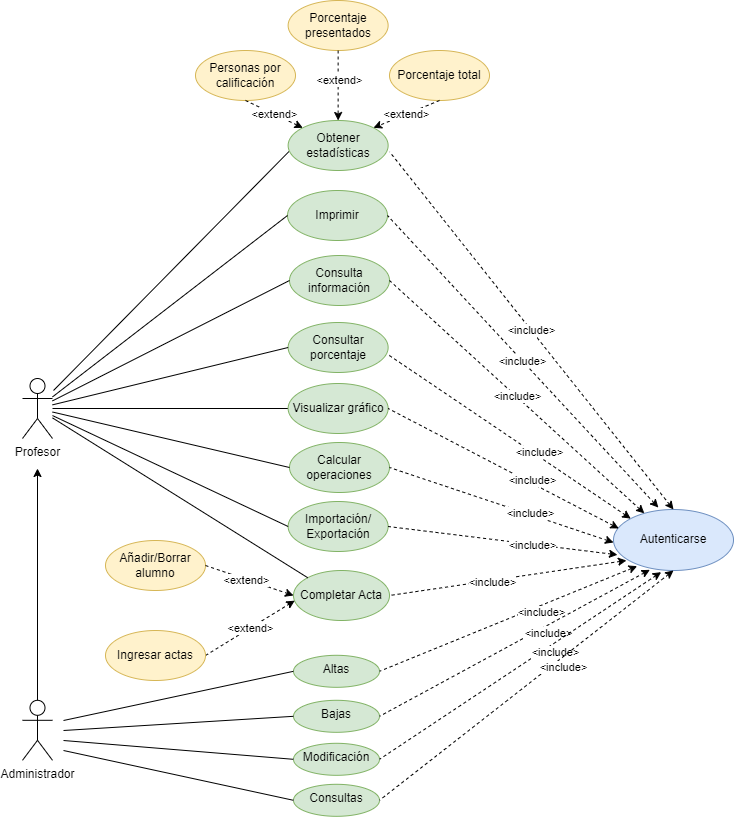
This is Tareas/casosUso/Tarea6-Gestión Profesores/img/GestionProfesores.drawio.png from colidom/ets, a draw.io export, as it was before one commit. Source tidied: cells renumbered, new cells last; positions are measured from the earlier drawing's top-left corner, leaving out a move shared by most shapes.
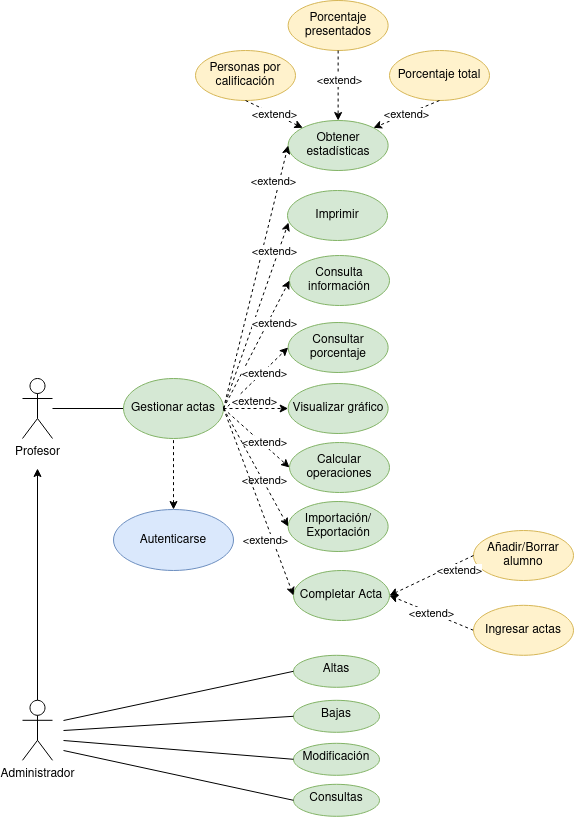
Above is the later version.

The edit, as a diff of the source:
```diff
@@ -2,9 +2,9 @@
   <root>
     <mxCell id="0" />
     <mxCell id="1" parent="0" />
-    <mxCell id="2" style="edgeStyle=none;rounded=0;jettySize=auto;html=1;startArrow=none;startFill=0;endArrow=none;endFill=0;entryX=0;entryY=0.5;entryDx=0;entryDy=0;" parent="1" edge="1" source="3" target="17">
-      <mxGeometry relative="1" as="geometry" />
-    </mxCell>
+    <mxCell id="63" style="edgeStyle=orthogonalEdgeStyle;rounded=0;jettySize=auto;html=1;endArrow=none;endFill=0;" parent="1" edge="1" source="3" target="65">
+      <mxGeometry relative="1" as="geometry" />
+    </mxCell>
     <mxCell id="3" value="Profesor" style="shape=umlActor;verticalLabelPosition=bottom;verticalAlign=top;html=1;outlineConnect=0;" parent="1" vertex="1">
       <mxGeometry y="378" width="30" height="60" as="geometry" />
     </mxCell>
@@ -20,16 +20,19 @@
       <mxGeometry x="271" y="570" width="96" height="50" as="geometry" />
     </mxCell>
     <mxCell id="7" value="Añadir/Borrar alumno" style="ellipse;whiteSpace=wrap;html=1;fillColor=#fff2cc;strokeColor=#d6b656;" parent="1" vertex="1">
-      <mxGeometry x="83" y="540" width="100" height="50" as="geometry" />
+      <mxGeometry x="451" y="530" width="100" height="50" as="geometry" />
     </mxCell>
-    <mxCell id="8" value="&amp;lt;extend&amp;gt;" style="edgeStyle=none;rounded=0;jettySize=auto;html=1;dashed=1;startArrow=none;startFill=0;endArrow=classic;endFill=1;entryX=0.013;entryY=0.603;entryDx=0;entryDy=0;exitX=1;exitY=0.5;exitDx=0;exitDy=0;entryPerimeter=0;" parent="1" edge="1" source="9" target="6">
+    <mxCell id="8" value="&amp;lt;extend&amp;gt;" style="edgeStyle=none;rounded=0;jettySize=auto;html=1;dashed=1;startArrow=none;startFill=0;endArrow=classic;endFill=1;entryX=1;entryY=0.5;entryDx=0;entryDy=0;exitX=0;exitY=0.5;exitDx=0;exitDy=0;" parent="1" edge="1" source="9" target="6">
       <mxGeometry relative="1" as="geometry" />
     </mxCell>
     <mxCell id="9" value="Ingresar actas" style="ellipse;whiteSpace=wrap;html=1;fillColor=#fff2cc;strokeColor=#d6b656;" parent="1" vertex="1">
-      <mxGeometry x="83" y="630" width="100" height="50" as="geometry" />
+      <mxGeometry x="451" y="604.8" width="100" height="50" as="geometry" />
     </mxCell>
+    <mxCell id="64" style="edgeStyle=orthogonalEdgeStyle;rounded=0;jettySize=auto;html=1;endArrow=none;endFill=0;dashed=1;startArrow=classic;startFill=1;" parent="1" edge="1" source="10" target="65">
+      <mxGeometry relative="1" as="geometry" />
+    </mxCell>
     <mxCell id="10" value="Autenticarse" style="ellipse;whiteSpace=wrap;html=1;fillColor=#dae8fc;strokeColor=#6c8ebf;" parent="1" vertex="1">
-      <mxGeometry x="591" y="509" width="120" height="61" as="geometry" />
+      <mxGeometry x="91" y="509" width="120" height="61" as="geometry" />
     </mxCell>
     <mxCell id="11" value="Consulta información" style="ellipse;whiteSpace=wrap;html=1;fillColor=#d5e8d4;strokeColor=#82b366;" parent="1" vertex="1">
       <mxGeometry x="267" y="255" width="100" height="50" as="geometry" />
@@ -58,13 +61,7 @@
     <mxCell id="19" value="&lt;div&gt;Importación/&lt;/div&gt;&lt;div&gt;Exportación&lt;/div&gt;" style="ellipse;whiteSpace=wrap;html=1;fillColor=#d5e8d4;strokeColor=#82b366;" parent="1" vertex="1">
       <mxGeometry x="265.6" y="501" width="100" height="50" as="geometry" />
     </mxCell>
-    <mxCell id="20" style="endArrow=none;html=1;rounded=0;dashed=1;endFill=0;startArrow=classic;startFill=1;entryX=1;entryY=0.5;entryDx=0;entryDy=0;exitX=0.108;exitY=0.836;exitDx=0;exitDy=0;exitPerimeter=0;" parent="1" edge="1" source="10" target="6">
-      <mxGeometry relative="1" as="geometry" />
-    </mxCell>
-    <mxCell id="21" value="&amp;lt;include&amp;gt;" style="edgeLabel;html=1;align=center;verticalAlign=middle;" parent="20" vertex="1">
-      <mxGeometry x="0.13" y="2" relative="1" as="geometry" />
-    </mxCell>
-    <mxCell id="22" style="edgeStyle=none;rounded=0;jettySize=auto;html=1;dashed=1;startArrow=none;startFill=0;endArrow=classic;endFill=1;exitX=1;exitY=0.5;exitDx=0;exitDy=0;entryX=0;entryY=0.5;entryDx=0;entryDy=0;" parent="1" edge="1" source="7" target="6">
+    <mxCell id="22" style="edgeStyle=none;rounded=0;jettySize=auto;html=1;dashed=1;startArrow=none;startFill=0;endArrow=classic;endFill=1;exitX=0;exitY=0.5;exitDx=0;exitDy=0;entryX=1;entryY=0.5;entryDx=0;entryDy=0;" parent="1" edge="1" source="7" target="6">
       <mxGeometry relative="1" as="geometry" />
     </mxCell>
     <mxCell id="23" value="&amp;lt;extend&amp;gt;" style="edgeLabel;html=1;align=center;verticalAlign=middle;" parent="22" vertex="1">
@@ -72,12 +69,6 @@
         <mxPoint x="13" y="3" as="offset" />
       </mxGeometry>
     </mxCell>
-    <mxCell id="24" value="&amp;lt;include&amp;gt;" style="edgeStyle=none;rounded=0;jettySize=auto;html=1;startArrow=classic;startFill=1;endArrow=none;endFill=0;entryX=1;entryY=0.5;entryDx=0;entryDy=0;dashed=1;" parent="1" edge="1" source="10" target="11">
-      <mxGeometry relative="1" as="geometry" />
-    </mxCell>
-    <mxCell id="25" value="&amp;lt;include&amp;gt;" style="edgeStyle=none;rounded=0;jettySize=auto;html=1;startArrow=classic;startFill=1;endArrow=none;endFill=0;entryX=1.015;entryY=0.627;entryDx=0;entryDy=0;dashed=1;exitX=0.5;exitY=0;exitDx=0;exitDy=0;entryPerimeter=0;" parent="1" edge="1" source="10" target="12">
-      <mxGeometry relative="1" as="geometry" />
-    </mxCell>
     <mxCell id="26" value="&amp;lt;extend&amp;gt;" style="endArrow=classic;html=1;rounded=0;dashed=1;entryX=1;entryY=0;entryDx=0;entryDy=0;exitX=0.5;exitY=1;exitDx=0;exitDy=0;" parent="1" edge="1" source="15" target="12">
       <mxGeometry relative="1" as="geometry" />
     </mxCell>
@@ -90,38 +81,6 @@
     <mxCell id="29" value="&amp;lt;extend&amp;gt;" style="endArrow=classic;html=1;rounded=0;dashed=1;exitX=0.5;exitY=1;exitDx=0;exitDy=0;entryX=0;entryY=0;entryDx=0;entryDy=0;" parent="1" edge="1" source="13" target="12">
       <mxGeometry relative="1" as="geometry" />
     </mxCell>
-    <mxCell id="30" style="endArrow=none;html=1;rounded=0;dashed=1;endFill=0;startArrow=classic;startFill=1;exitX=0;exitY=0;exitDx=0;exitDy=0;entryX=1.007;entryY=0.653;entryDx=0;entryDy=0;entryPerimeter=0;" parent="1" edge="1" source="10" target="16">
-      <mxGeometry relative="1" as="geometry" />
-    </mxCell>
-    <mxCell id="31" value="&amp;lt;include&amp;gt;" style="edgeLabel;html=1;align=center;verticalAlign=middle;" parent="30" vertex="1">
-      <mxGeometry x="-0.17" y="2" relative="1" as="geometry">
-        <mxPoint x="10" as="offset" />
-      </mxGeometry>
-    </mxCell>
-    <mxCell id="32" style="endArrow=none;html=1;rounded=0;dashed=1;endFill=0;startArrow=classic;startFill=1;entryX=1;entryY=0.5;entryDx=0;entryDy=0;exitX=0.044;exitY=0.311;exitDx=0;exitDy=0;exitPerimeter=0;" parent="1" edge="1" source="10" target="17">
-      <mxGeometry relative="1" as="geometry" />
-    </mxCell>
-    <mxCell id="33" value="&amp;lt;include&amp;gt;" style="edgeLabel;html=1;align=center;verticalAlign=middle;" parent="32" vertex="1">
-      <mxGeometry x="-0.17" y="2" relative="1" as="geometry">
-        <mxPoint x="10" as="offset" />
-      </mxGeometry>
-    </mxCell>
-    <mxCell id="34" style="endArrow=none;html=1;rounded=0;dashed=1;endFill=0;startArrow=classic;startFill=1;entryX=1;entryY=0.5;entryDx=0;entryDy=0;exitX=0;exitY=0.541;exitDx=0;exitDy=0;exitPerimeter=0;" parent="1" edge="1" source="10" target="18">
-      <mxGeometry relative="1" as="geometry" />
-    </mxCell>
-    <mxCell id="35" value="&amp;lt;include&amp;gt;" style="edgeLabel;html=1;align=center;verticalAlign=middle;" parent="34" vertex="1">
-      <mxGeometry x="-0.17" y="2" relative="1" as="geometry">
-        <mxPoint x="10" as="offset" />
-      </mxGeometry>
-    </mxCell>
-    <mxCell id="36" style="endArrow=none;html=1;rounded=0;dashed=1;endFill=0;startArrow=classic;startFill=1;entryX=1;entryY=0.5;entryDx=0;entryDy=0;exitX=0.033;exitY=0.743;exitDx=0;exitDy=0;exitPerimeter=0;" parent="1" edge="1" source="10" target="19">
-      <mxGeometry relative="1" as="geometry" />
-    </mxCell>
-    <mxCell id="37" value="&amp;lt;include&amp;gt;" style="edgeLabel;html=1;align=center;verticalAlign=middle;" parent="36" vertex="1">
-      <mxGeometry x="-0.17" y="2" relative="1" as="geometry">
-        <mxPoint x="10" as="offset" />
-      </mxGeometry>
-    </mxCell>
     <mxCell id="38" value="Altas" style="ellipse;whiteSpace=wrap;html=1;verticalAlign=top;fillColor=#d5e8d4;strokeColor=#82b366;" parent="1" vertex="1">
       <mxGeometry x="271" y="654.8" width="86" height="32" as="geometry" />
     </mxCell>
@@ -139,38 +98,6 @@
         <mxPoint x="41" y="750" as="sourcePoint" />
       </mxGeometry>
     </mxCell>
-    <mxCell id="43" style="endArrow=none;html=1;rounded=0;dashed=1;endFill=0;startArrow=classic;startFill=1;entryX=1;entryY=0.5;entryDx=0;entryDy=0;exitX=0.197;exitY=0.929;exitDx=0;exitDy=0;exitPerimeter=0;" parent="1" edge="1" source="10" target="38">
-      <mxGeometry relative="1" as="geometry" />
-    </mxCell>
-    <mxCell id="44" value="&amp;lt;include&amp;gt;" style="edgeLabel;html=1;align=center;verticalAlign=middle;" parent="43" vertex="1">
-      <mxGeometry x="-0.17" y="2" relative="1" as="geometry">
-        <mxPoint x="10" as="offset" />
-      </mxGeometry>
-    </mxCell>
-    <mxCell id="45" style="endArrow=none;html=1;rounded=0;dashed=1;endFill=0;startArrow=classic;startFill=1;entryX=1;entryY=0.5;entryDx=0;entryDy=0;exitX=0.303;exitY=0.989;exitDx=0;exitDy=0;exitPerimeter=0;" parent="1" edge="1" source="10" target="39">
-      <mxGeometry relative="1" as="geometry" />
-    </mxCell>
-    <mxCell id="46" value="&amp;lt;include&amp;gt;" style="edgeLabel;html=1;align=center;verticalAlign=middle;" parent="45" vertex="1">
-      <mxGeometry x="-0.17" y="2" relative="1" as="geometry">
-        <mxPoint x="10" as="offset" />
-      </mxGeometry>
-    </mxCell>
-    <mxCell id="47" style="endArrow=none;html=1;rounded=0;dashed=1;endFill=0;startArrow=classic;startFill=1;entryX=1;entryY=0.5;entryDx=0;entryDy=0;exitX=0.397;exitY=1.027;exitDx=0;exitDy=0;exitPerimeter=0;" parent="1" edge="1" source="10" target="40">
-      <mxGeometry relative="1" as="geometry" />
-    </mxCell>
-    <mxCell id="48" value="&amp;lt;include&amp;gt;" style="edgeLabel;html=1;align=center;verticalAlign=middle;" parent="47" vertex="1">
-      <mxGeometry x="-0.17" y="2" relative="1" as="geometry">
-        <mxPoint x="10" as="offset" />
-      </mxGeometry>
-    </mxCell>
-    <mxCell id="49" style="endArrow=none;html=1;rounded=0;dashed=1;endFill=0;startArrow=classic;startFill=1;entryX=1;entryY=0.5;entryDx=0;entryDy=0;exitX=0.5;exitY=1;exitDx=0;exitDy=0;" parent="1" edge="1" source="10" target="41">
-      <mxGeometry relative="1" as="geometry" />
-    </mxCell>
-    <mxCell id="50" value="&amp;lt;include&amp;gt;" style="edgeLabel;html=1;align=center;verticalAlign=middle;" parent="49" vertex="1">
-      <mxGeometry x="-0.17" y="2" relative="1" as="geometry">
-        <mxPoint x="10" as="offset" />
-      </mxGeometry>
-    </mxCell>
     <mxCell id="51" style="edgeStyle=none;rounded=0;jettySize=auto;html=1;startArrow=none;startFill=0;endArrow=none;endFill=0;entryX=0;entryY=0.5;entryDx=0;entryDy=0;" parent="1" edge="1" target="40">
       <mxGeometry relative="1" as="geometry">
         <mxPoint x="41" y="740" as="sourcePoint" />
@@ -186,34 +113,77 @@
         <mxPoint x="41" y="720" as="sourcePoint" />
       </mxGeometry>
     </mxCell>
-    <mxCell id="54" style="edgeStyle=none;rounded=0;jettySize=auto;html=1;startArrow=none;startFill=0;endArrow=none;endFill=0;entryX=0;entryY=0.5;entryDx=0;entryDy=0;" parent="1" edge="1" source="3" target="18">
-      <mxGeometry relative="1" as="geometry" />
-    </mxCell>
-    <mxCell id="55" style="edgeStyle=none;rounded=0;jettySize=auto;html=1;startArrow=none;startFill=0;endArrow=none;endFill=0;entryX=0;entryY=0.5;entryDx=0;entryDy=0;" parent="1" edge="1" source="3" target="19">
-      <mxGeometry relative="1" as="geometry" />
-    </mxCell>
-    <mxCell id="56" style="edgeStyle=none;rounded=0;jettySize=auto;html=1;startArrow=none;startFill=0;endArrow=none;endFill=0;entryX=0;entryY=0;entryDx=0;entryDy=0;" parent="1" edge="1" source="3" target="6">
-      <mxGeometry relative="1" as="geometry" />
-    </mxCell>
-    <mxCell id="57" style="edgeStyle=none;rounded=0;jettySize=auto;html=1;startArrow=none;startFill=0;endArrow=none;endFill=0;entryX=0;entryY=0.5;entryDx=0;entryDy=0;" parent="1" edge="1" source="3" target="16">
-      <mxGeometry relative="1" as="geometry" />
-    </mxCell>
     <mxCell id="58" value="Imprimir" style="ellipse;whiteSpace=wrap;html=1;fillColor=#d5e8d4;strokeColor=#82b366;" parent="1" vertex="1">
       <mxGeometry x="265" y="190" width="100" height="50" as="geometry" />
     </mxCell>
-    <mxCell id="59" value="&amp;lt;include&amp;gt;" style="edgeStyle=none;rounded=0;jettySize=auto;html=1;startArrow=classic;startFill=1;endArrow=none;endFill=0;entryX=1;entryY=0.5;entryDx=0;entryDy=0;dashed=1;exitX=0.374;exitY=-0.032;exitDx=0;exitDy=0;exitPerimeter=0;" parent="1" edge="1" source="10" target="58">
-      <mxGeometry relative="1" as="geometry" />
-    </mxCell>
-    <mxCell id="60" style="edgeStyle=none;rounded=0;jettySize=auto;html=1;startArrow=none;startFill=0;endArrow=none;endFill=0;entryX=0;entryY=0.5;entryDx=0;entryDy=0;" parent="1" edge="1" source="3" target="11">
-      <mxGeometry relative="1" as="geometry" />
-    </mxCell>
-    <mxCell id="61" style="edgeStyle=none;rounded=0;jettySize=auto;html=1;startArrow=none;startFill=0;endArrow=none;endFill=0;entryX=0;entryY=0.5;entryDx=0;entryDy=0;" parent="1" edge="1" source="3" target="58">
-      <mxGeometry relative="1" as="geometry" />
-    </mxCell>
-    <mxCell id="62" style="edgeStyle=none;rounded=0;jettySize=auto;html=1;startArrow=none;startFill=0;endArrow=none;endFill=0;entryX=0.007;entryY=0.623;entryDx=0;entryDy=0;entryPerimeter=0;" parent="1" edge="1" target="12">
-      <mxGeometry relative="1" as="geometry">
-        <mxPoint x="31" y="390" as="sourcePoint" />
-      </mxGeometry>
-    </mxCell>
+    <mxCell id="65" value="Gestionar actas" style="ellipse;whiteSpace=wrap;html=1;fillColor=#d5e8d4;strokeColor=#82b366;" parent="1" vertex="1">
+      <mxGeometry x="101" y="378" width="100" height="60" as="geometry" />
+    </mxCell>
+    <mxCell id="66" style="edgeStyle=none;rounded=0;jettySize=auto;html=1;dashed=1;startArrow=none;startFill=0;endArrow=classic;endFill=1;exitX=1;exitY=0.5;exitDx=0;exitDy=0;entryX=0;entryY=0.5;entryDx=0;entryDy=0;" parent="1" edge="1" source="65" target="12">
+      <mxGeometry relative="1" as="geometry" />
+    </mxCell>
+    <mxCell id="67" value="&amp;lt;extend&amp;gt;" style="edgeLabel;html=1;align=center;verticalAlign=middle;" parent="66" vertex="1">
+      <mxGeometry x="-0.35" y="-2" relative="1" as="geometry">
+        <mxPoint x="27" y="-143" as="offset" />
+      </mxGeometry>
+    </mxCell>
+    <mxCell id="68" style="edgeStyle=none;rounded=0;jettySize=auto;html=1;dashed=1;startArrow=none;startFill=0;endArrow=classic;endFill=1;exitX=1;exitY=0.5;exitDx=0;exitDy=0;entryX=0.01;entryY=0.64;entryDx=0;entryDy=0;entryPerimeter=0;" parent="1" edge="1" source="65" target="58">
+      <mxGeometry relative="1" as="geometry" />
+    </mxCell>
+    <mxCell id="69" value="&amp;lt;extend&amp;gt;" style="edgeLabel;html=1;align=center;verticalAlign=middle;" parent="68" vertex="1">
+      <mxGeometry x="-0.35" y="-2" relative="1" as="geometry">
+        <mxPoint x="27" y="-98" as="offset" />
+      </mxGeometry>
+    </mxCell>
+    <mxCell id="70" style="edgeStyle=none;rounded=0;jettySize=auto;html=1;dashed=1;startArrow=none;startFill=0;endArrow=classic;endFill=1;exitX=1;exitY=0.5;exitDx=0;exitDy=0;entryX=0;entryY=0.5;entryDx=0;entryDy=0;" parent="1" edge="1" source="65" target="11">
+      <mxGeometry relative="1" as="geometry" />
+    </mxCell>
+    <mxCell id="71" value="&amp;lt;extend&amp;gt;" style="edgeLabel;html=1;align=center;verticalAlign=middle;" parent="70" vertex="1">
+      <mxGeometry x="-0.35" y="-2" relative="1" as="geometry">
+        <mxPoint x="27" y="-45" as="offset" />
+      </mxGeometry>
+    </mxCell>
+    <mxCell id="72" style="edgeStyle=none;rounded=0;jettySize=auto;html=1;dashed=1;startArrow=none;startFill=0;endArrow=classic;endFill=1;entryX=0;entryY=0.5;entryDx=0;entryDy=0;" parent="1" edge="1" target="16">
+      <mxGeometry relative="1" as="geometry">
+        <mxPoint x="201" y="410" as="sourcePoint" />
+      </mxGeometry>
+    </mxCell>
+    <mxCell id="73" value="&amp;lt;extend&amp;gt;" style="edgeLabel;html=1;align=center;verticalAlign=middle;" parent="72" vertex="1">
+      <mxGeometry x="-0.35" y="-2" relative="1" as="geometry">
+        <mxPoint x="18" y="-19" as="offset" />
+      </mxGeometry>
+    </mxCell>
+    <mxCell id="74" style="edgeStyle=none;rounded=0;jettySize=auto;html=1;dashed=1;startArrow=none;startFill=0;endArrow=classic;endFill=1;entryX=0;entryY=0.5;entryDx=0;entryDy=0;exitX=1;exitY=0.5;exitDx=0;exitDy=0;" parent="1" edge="1" source="65" target="17">
+      <mxGeometry relative="1" as="geometry" />
+    </mxCell>
+    <mxCell id="75" value="&amp;lt;extend&amp;gt;" style="edgeLabel;html=1;align=center;verticalAlign=middle;" parent="74" vertex="1">
+      <mxGeometry x="-0.35" y="-2" relative="1" as="geometry">
+        <mxPoint x="9" y="-10" as="offset" />
+      </mxGeometry>
+    </mxCell>
+    <mxCell id="76" style="edgeStyle=none;rounded=0;jettySize=auto;html=1;dashed=1;startArrow=none;startFill=0;endArrow=classic;endFill=1;entryX=0;entryY=0.5;entryDx=0;entryDy=0;exitX=1;exitY=0.5;exitDx=0;exitDy=0;" parent="1" edge="1" source="65" target="18">
+      <mxGeometry relative="1" as="geometry" />
+    </mxCell>
+    <mxCell id="77" value="&amp;lt;extend&amp;gt;" style="edgeLabel;html=1;align=center;verticalAlign=middle;" parent="76" vertex="1">
+      <mxGeometry x="-0.35" y="-2" relative="1" as="geometry">
+        <mxPoint x="20" y="13" as="offset" />
+      </mxGeometry>
+    </mxCell>
+    <mxCell id="78" style="edgeStyle=none;rounded=0;jettySize=auto;html=1;dashed=1;startArrow=none;startFill=0;endArrow=classic;endFill=1;entryX=0;entryY=0.5;entryDx=0;entryDy=0;exitX=1;exitY=0.5;exitDx=0;exitDy=0;" parent="1" edge="1" source="65" target="19">
+      <mxGeometry relative="1" as="geometry" />
+    </mxCell>
+    <mxCell id="79" value="&amp;lt;extend&amp;gt;" style="edgeLabel;html=1;align=center;verticalAlign=middle;" parent="78" vertex="1">
+      <mxGeometry x="-0.35" y="-2" relative="1" as="geometry">
+        <mxPoint x="21" y="32" as="offset" />
+      </mxGeometry>
+    </mxCell>
+    <mxCell id="80" style="edgeStyle=none;rounded=0;jettySize=auto;html=1;dashed=1;startArrow=none;startFill=0;endArrow=classic;endFill=1;entryX=0;entryY=0.5;entryDx=0;entryDy=0;exitX=1;exitY=0.5;exitDx=0;exitDy=0;" parent="1" edge="1" source="65" target="6">
+      <mxGeometry relative="1" as="geometry" />
+    </mxCell>
+    <mxCell id="81" value="&amp;lt;extend&amp;gt;" style="edgeLabel;html=1;align=center;verticalAlign=middle;" parent="80" vertex="1">
+      <mxGeometry x="-0.35" y="-2" relative="1" as="geometry">
+        <mxPoint x="21" y="70" as="offset" />
+      </mxGeometry>
+    </mxCell>
   </root>
 </mxGraphModel>
```
